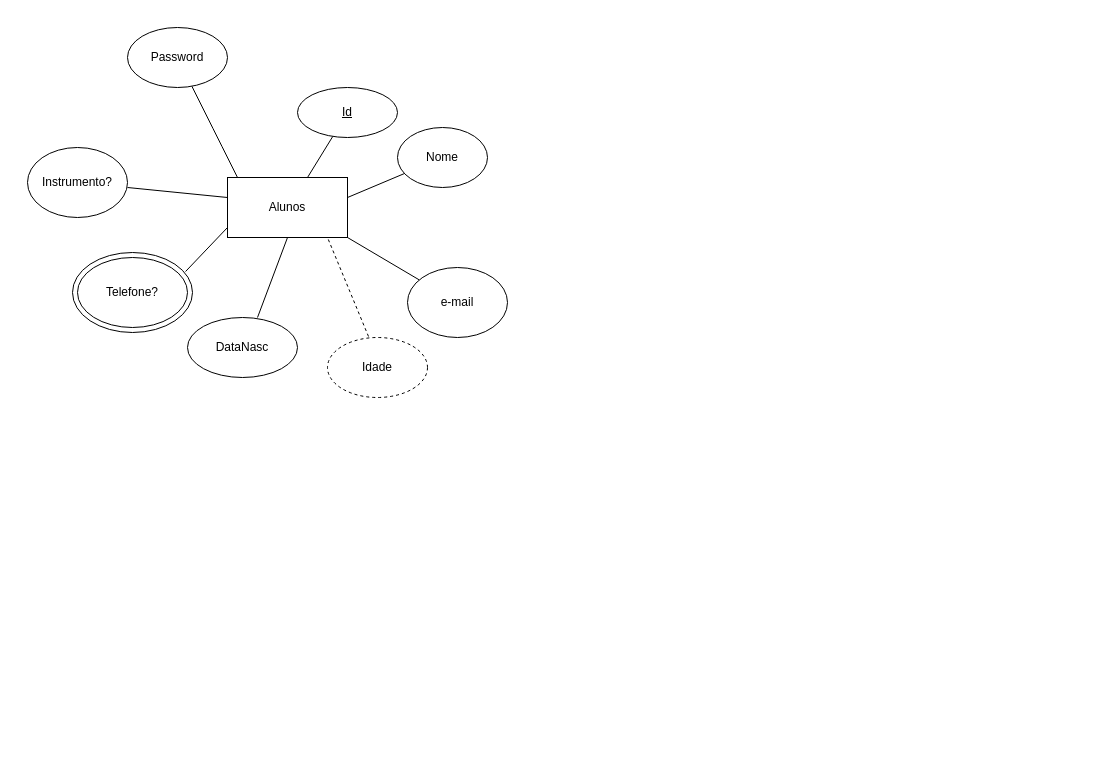
brenexvex/firstproject keeps this draw.io diagram as diagrama_logico.drawio. Above is the earlier version. Source tidied: cells renumbered, new cells numbered last; positions are measured from the earlier drawing's top-left corner, leaving out a move shared by most shapes. Both pictures are drawn from the tidied source at 100%, with x=0, y=0 at pixel (27, 27).
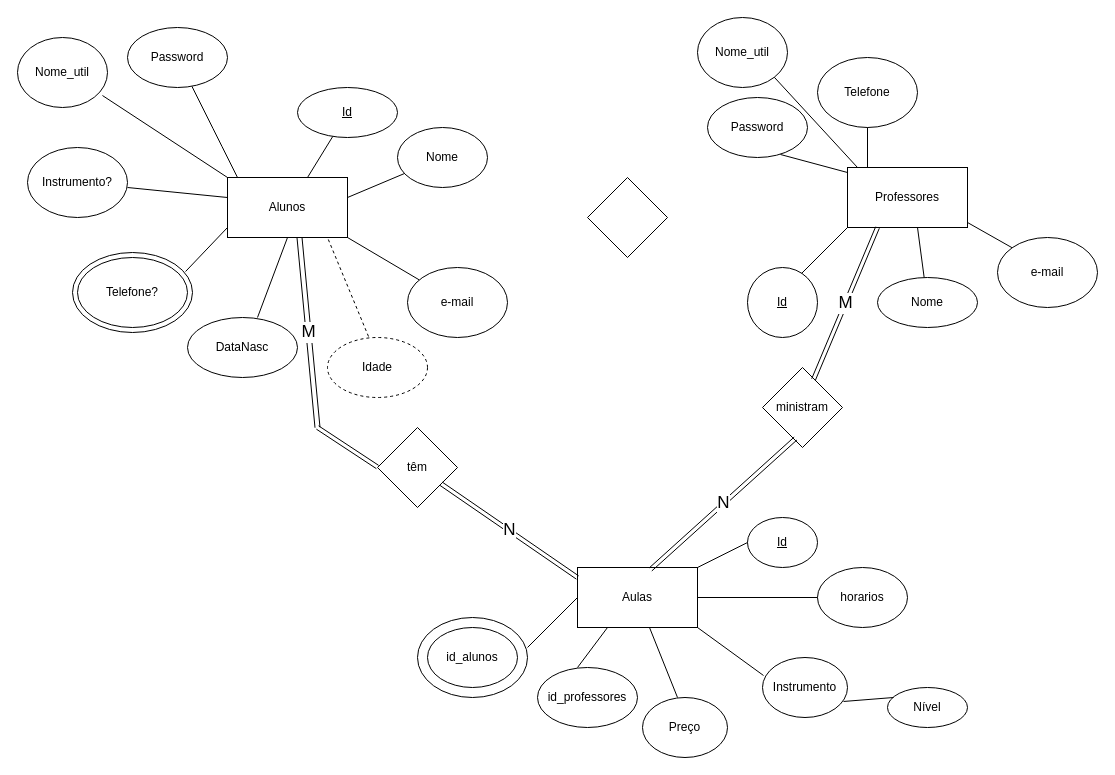
The same diagram, later.

Unchanged cells that the change refers to:
```xml
<mxCell id="2" value="Alunos" style="rounded=0;whiteSpace=wrap;html=1;" parent="1" vertex="1">
  <mxGeometry x="200" y="150" width="120" height="60" as="geometry" />
</mxCell>
```

Change to the diagram source:
```diff
@@
+    <mxCell id="20" value="Professores" style="rounded=0;whiteSpace=wrap;html=1;" parent="1" vertex="1">
+      <mxGeometry x="820" y="140" width="120" height="60" as="geometry" />
+    </mxCell>
+    <mxCell id="21" style="endArrow=none;html=1;" parent="1" edge="1">
+      <mxGeometry relative="1" as="geometry">
+        <mxPoint x="770" y="250" as="sourcePoint" />
+        <mxPoint x="820" y="200" as="targetPoint" />
+      </mxGeometry>
+    </mxCell>
+    <mxCell id="22" value="&lt;u&gt;Id&lt;/u&gt;" style="ellipse;whiteSpace=wrap;html=1;" parent="1" vertex="1">
+      <mxGeometry x="720" y="240" width="70" height="70" as="geometry" />
+    </mxCell>
+    <mxCell id="23" value="Nome" style="ellipse;whiteSpace=wrap;html=1;" parent="1" vertex="1">
+      <mxGeometry x="850" y="250" width="100" height="50" as="geometry" />
+    </mxCell>
+    <mxCell id="24" style="endArrow=none;html=1;" parent="1" edge="1" source="23">
+      <mxGeometry relative="1" as="geometry">
+        <mxPoint x="890" y="200" as="targetPoint" />
+      </mxGeometry>
+    </mxCell>
+    <mxCell id="25" value="e-mail" style="ellipse;whiteSpace=wrap;html=1;" parent="1" vertex="1">
+      <mxGeometry x="970" y="210" width="100" height="70" as="geometry" />
+    </mxCell>
+    <mxCell id="26" style="endArrow=none;html=1;entryX=0;entryY=0;entryDx=0;entryDy=0;" parent="1" edge="1" target="25">
+      <mxGeometry relative="1" as="geometry">
+        <mxPoint x="940" y="195" as="sourcePoint" />
+      </mxGeometry>
+    </mxCell>
+    <mxCell id="27" style="rhombus;whiteSpace=wrap;html=1;" parent="1" vertex="1">
+      <mxGeometry x="560" y="150" width="80" height="80" as="geometry" />
+    </mxCell>
+    <mxCell id="28" value="Aulas" style="rounded=0;whiteSpace=wrap;html=1;" parent="1" vertex="1">
+      <mxGeometry x="550" y="540" width="120" height="60" as="geometry" />
+    </mxCell>
+    <mxCell id="29" value="&lt;u&gt;Id&lt;/u&gt;" style="ellipse;whiteSpace=wrap;html=1;" parent="1" vertex="1">
+      <mxGeometry x="720" y="490" width="70" height="50" as="geometry" />
+    </mxCell>
+    <mxCell id="30" style="endArrow=none;html=1;entryX=0;entryY=0.5;entryDx=0;entryDy=0;exitX=1;exitY=0;exitDx=0;exitDy=0;" parent="1" edge="1" source="28" target="29">
+      <mxGeometry relative="1" as="geometry" />
+    </mxCell>
+    <mxCell id="31" value="Instrumento" style="ellipse;whiteSpace=wrap;html=1;" parent="1" vertex="1">
+      <mxGeometry x="735" y="630" width="85" height="60" as="geometry" />
+    </mxCell>
+    <mxCell id="32" style="endArrow=none;html=1;entryX=0.012;entryY=0.3;entryDx=0;entryDy=0;entryPerimeter=0;exitX=1;exitY=1;exitDx=0;exitDy=0;" parent="1" edge="1" source="28" target="31">
+      <mxGeometry relative="1" as="geometry" />
+    </mxCell>
+    <mxCell id="33" value="Nível" style="ellipse;whiteSpace=wrap;html=1;" parent="1" vertex="1">
+      <mxGeometry x="860" y="660" width="80" height="40" as="geometry" />
+    </mxCell>
+    <mxCell id="34" style="endArrow=none;html=1;entryX=0.075;entryY=0.25;entryDx=0;entryDy=0;entryPerimeter=0;exitX=0.953;exitY=0.733;exitDx=0;exitDy=0;exitPerimeter=0;" parent="1" edge="1" source="31" target="33">
+      <mxGeometry relative="1" as="geometry" />
+    </mxCell>
+    <mxCell id="35" value="ministram" style="rhombus;whiteSpace=wrap;html=1;" parent="1" vertex="1">
+      <mxGeometry x="735" y="340" width="80" height="80" as="geometry" />
+    </mxCell>
+    <mxCell id="36" value="têm" style="rhombus;whiteSpace=wrap;html=1;" parent="1" vertex="1">
+      <mxGeometry x="350" y="400" width="80" height="80" as="geometry" />
+    </mxCell>
+    <mxCell id="37" value="Nome_util" style="ellipse;whiteSpace=wrap;html=1;" parent="1" vertex="1">
+      <mxGeometry x="-10" y="10" width="90" height="70" as="geometry" />
+    </mxCell>
+    <mxCell id="38" style="endArrow=none;html=1;entryX=0.944;entryY=0.829;entryDx=0;entryDy=0;entryPerimeter=0;" parent="1" edge="1" target="37">
+      <mxGeometry relative="1" as="geometry">
+        <mxPoint x="200" y="150" as="sourcePoint" />
+      </mxGeometry>
+    </mxCell>
+    <mxCell id="39" value="Telefone" style="ellipse;whiteSpace=wrap;html=1;" parent="1" vertex="1">
+      <mxGeometry x="790" y="30" width="100" height="70" as="geometry" />
+    </mxCell>
+    <mxCell id="40" style="endArrow=none;html=1;entryX=0.5;entryY=1;entryDx=0;entryDy=0;" parent="1" edge="1" target="39">
+      <mxGeometry relative="1" as="geometry">
+        <mxPoint x="840" y="140" as="sourcePoint" />
+      </mxGeometry>
+    </mxCell>
+    <mxCell id="41" value="Password" style="ellipse;whiteSpace=wrap;html=1;" parent="1" vertex="1">
+      <mxGeometry x="680" y="70" width="100" height="60" as="geometry" />
+    </mxCell>
+    <mxCell id="42" value="Nome_util" style="ellipse;whiteSpace=wrap;html=1;" parent="1" vertex="1">
+      <mxGeometry x="670" y="-10" width="90" height="70" as="geometry" />
+    </mxCell>
+    <mxCell id="43" style="endArrow=none;html=1;exitX=0.73;exitY=0.95;exitDx=0;exitDy=0;exitPerimeter=0;" parent="1" edge="1" source="41">
+      <mxGeometry relative="1" as="geometry">
+        <mxPoint x="820" y="145" as="targetPoint" />
+      </mxGeometry>
+    </mxCell>
+    <mxCell id="44" style="endArrow=none;html=1;entryX=1;entryY=1;entryDx=0;entryDy=0;" parent="1" edge="1" target="42">
+      <mxGeometry relative="1" as="geometry">
+        <mxPoint x="830" y="140" as="sourcePoint" />
+      </mxGeometry>
+    </mxCell>
+    <mxCell id="45" value="M" style="shape=link;html=1;entryX=0.25;entryY=1;entryDx=0;entryDy=0;exitX=0.638;exitY=0.15;exitDx=0;exitDy=0;exitPerimeter=0;fontSize=17;" parent="1" edge="1" source="35" target="20">
+      <mxGeometry relative="1" as="geometry" />
+    </mxCell>
+    <mxCell id="46" value="N" style="shape=link;html=1;exitX=0.608;exitY=0.033;exitDx=0;exitDy=0;exitPerimeter=0;entryX=0.413;entryY=0.888;entryDx=0;entryDy=0;entryPerimeter=0;fontSize=17;" parent="1" edge="1" source="28" target="35">
+      <mxGeometry relative="1" as="geometry" />
+    </mxCell>
+    <mxCell id="47" value="M" style="shape=link;html=1;exitX=0.6;exitY=1;exitDx=0;exitDy=0;exitPerimeter=0;width=5;fontSize=17;" parent="1" edge="1" source="2">
+      <mxGeometry relative="1" as="geometry">
+        <mxPoint x="290" y="400" as="targetPoint" />
+      </mxGeometry>
+    </mxCell>
+    <mxCell id="48" style="shape=link;html=1;" parent="1" edge="1">
+      <mxGeometry relative="1" as="geometry">
+        <mxPoint x="290" y="400" as="sourcePoint" />
+        <mxPoint x="350" y="439.5" as="targetPoint" />
+      </mxGeometry>
+    </mxCell>
+    <mxCell id="49" value="N" style="shape=link;html=1;endSize=6;fontSize=17;" parent="1" edge="1" source="36">
+      <mxGeometry relative="1" as="geometry">
+        <mxPoint x="550" y="550" as="targetPoint" />
+      </mxGeometry>
+    </mxCell>
+    <mxCell id="50" value="id_alunos" style="ellipse;whiteSpace=wrap;html=1;" parent="1" vertex="1">
+      <mxGeometry x="400" y="600" width="90" height="60" as="geometry" />
+    </mxCell>
+    <mxCell id="51" value="id_professores" style="ellipse;whiteSpace=wrap;html=1;" parent="1" vertex="1">
+      <mxGeometry x="510" y="640" width="100" height="60" as="geometry" />
+    </mxCell>
+    <mxCell id="52" style="ellipse;whiteSpace=wrap;html=1;fillColor=none;" parent="1" vertex="1">
+      <mxGeometry x="390" y="590" width="110" height="80" as="geometry" />
+    </mxCell>
+    <mxCell id="53" style="endArrow=none;html=1;" parent="1" edge="1">
+      <mxGeometry relative="1" as="geometry">
+        <mxPoint x="500" y="620" as="sourcePoint" />
+        <mxPoint x="550" y="570" as="targetPoint" />
+      </mxGeometry>
+    </mxCell>
+    <mxCell id="54" style="endArrow=none;html=1;entryX=0.25;entryY=1;entryDx=0;entryDy=0;" parent="1" edge="1" target="28">
+      <mxGeometry relative="1" as="geometry">
+        <mxPoint x="550" y="640" as="sourcePoint" />
+      </mxGeometry>
+    </mxCell>
+    <mxCell id="55" value="Preço" style="ellipse;whiteSpace=wrap;html=1;fillColor=none;" parent="1" vertex="1">
+      <mxGeometry x="615" y="670" width="85" height="60" as="geometry" />
+    </mxCell>
+    <mxCell id="56" style="endArrow=none;html=1;" parent="1" edge="1" target="28">
+      <mxGeometry relative="1" as="geometry">
+        <mxPoint x="650" y="670" as="sourcePoint" />
+      </mxGeometry>
+    </mxCell>
+    <mxCell id="57" value="&lt;font style=&quot;font-size: 12px;&quot;&gt;horarios&lt;/font&gt;" style="ellipse;whiteSpace=wrap;html=1;fillColor=none;fontSize=12;" parent="1" vertex="1">
+      <mxGeometry x="790" y="540" width="90" height="60" as="geometry" />
+    </mxCell>
+    <mxCell id="58" style="endArrow=none;html=1;fontSize=12;entryX=0;entryY=0.5;entryDx=0;entryDy=0;" parent="1" edge="1" target="57">
+      <mxGeometry relative="1" as="geometry">
+        <mxPoint x="670" y="570" as="sourcePoint" />
+      </mxGeometry>
+    </mxCell>
```
